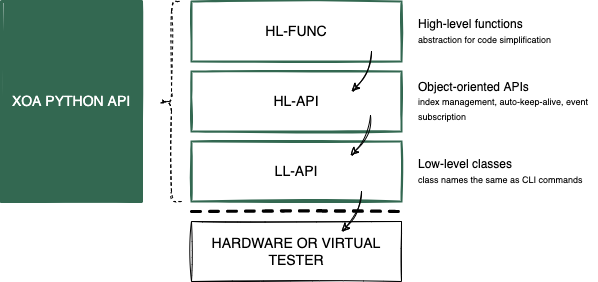
The draw.io diagram docs/source/_static/api_structure.png in xenanetworks/tdl-xoa-driver, before a commit. Source tidied: cells renumbered, new cells last; positions are measured from the earlier drawing's top-left corner, leaving out a move shared by most shapes. Source of this version:
```xml
<mxGraphModel>
  <root>
    <mxCell id="0" />
    <mxCell id="1" parent="0" />
    <mxCell id="2" value="LL-API" style="rounded=0;whiteSpace=wrap;html=1;fontSize=14;sketch=1;strokeColor=#336851;strokeWidth=2;" parent="1" vertex="1">
      <mxGeometry x="190" y="140" width="210" height="60" as="geometry" />
    </mxCell>
    <mxCell id="3" value="HL-API" style="rounded=0;whiteSpace=wrap;html=1;fontSize=14;sketch=1;strokeColor=#336851;strokeWidth=2;" parent="1" vertex="1">
      <mxGeometry x="190" y="70" width="210" height="60" as="geometry" />
    </mxCell>
    <mxCell id="4" value="HL-FUNC" style="rounded=0;whiteSpace=wrap;html=1;fontSize=14;sketch=1;strokeColor=#336851;strokeWidth=2;" parent="1" vertex="1">
      <mxGeometry x="190" width="210" height="60" as="geometry" />
    </mxCell>
    <mxCell id="5" value="Object-oriented APIs&lt;br&gt;&lt;font style=&quot;font-size: 9px&quot;&gt;index management, auto-keep-alive, event subscription&lt;/font&gt;" style="text;html=1;strokeColor=none;fillColor=none;align=left;verticalAlign=middle;whiteSpace=wrap;rounded=0;" parent="1" vertex="1">
      <mxGeometry x="415" y="78.8" width="180" height="42.5" as="geometry" />
    </mxCell>
    <mxCell id="6" value="Low-level classes&lt;br&gt;&lt;font style=&quot;font-size: 9px&quot;&gt;class names the same as CLI commands&lt;/font&gt;" style="text;html=1;strokeColor=none;fillColor=none;align=left;verticalAlign=middle;whiteSpace=wrap;rounded=0;" parent="1" vertex="1">
      <mxGeometry x="415" y="155" width="180" height="30" as="geometry" />
    </mxCell>
    <mxCell id="7" value="High-level functions&lt;br&gt;&lt;font style=&quot;font-size: 9px&quot;&gt;abstraction for code simplification&lt;/font&gt;" style="text;html=1;strokeColor=none;fillColor=none;align=left;verticalAlign=middle;whiteSpace=wrap;rounded=0;" parent="1" vertex="1">
      <mxGeometry x="415" y="8.8" width="180" height="42.5" as="geometry" />
    </mxCell>
    <mxCell id="8" value="HARDWARE OR VIRTUAL TESTER" style="rounded=0;whiteSpace=wrap;html=1;sketch=1;fontSize=14;" parent="1" vertex="1">
      <mxGeometry x="190" y="220" width="210" height="60" as="geometry" />
    </mxCell>
    <mxCell id="9" style="curved=1;endArrow=classic;html=1;rounded=0;sketch=1;elbow=vertical;fontSize=14;" parent="1" edge="1">
      <mxGeometry relative="1" as="geometry">
        <mxPoint x="370" y="50" as="sourcePoint" />
        <mxPoint x="350" y="90" as="targetPoint" />
        <Array as="points">
          <mxPoint x="370" y="70" />
        </Array>
      </mxGeometry>
    </mxCell>
    <mxCell id="10" style="curved=1;endArrow=classic;html=1;rounded=0;sketch=1;elbow=vertical;fontSize=14;" parent="1" edge="1">
      <mxGeometry relative="1" as="geometry">
        <mxPoint x="369" y="114" as="sourcePoint" />
        <mxPoint x="349" y="154" as="targetPoint" />
        <Array as="points">
          <mxPoint x="369" y="134" />
        </Array>
      </mxGeometry>
    </mxCell>
    <mxCell id="11" style="curved=1;endArrow=classic;html=1;rounded=0;sketch=1;elbow=vertical;fontSize=14;" parent="1" edge="1">
      <mxGeometry relative="1" as="geometry">
        <mxPoint x="360" y="190" as="sourcePoint" />
        <mxPoint x="340" y="230" as="targetPoint" />
        <Array as="points">
          <mxPoint x="360" y="210" />
        </Array>
      </mxGeometry>
    </mxCell>
    <mxCell id="12" style="endArrow=none;html=1;rounded=0;fontSize=7;sketch=1;dashed=1;strokeWidth=3;" parent="1" edge="1">
      <mxGeometry relative="1" as="geometry">
        <mxPoint x="190" y="210" as="sourcePoint" />
        <mxPoint x="400" y="210" as="targetPoint" />
      </mxGeometry>
    </mxCell>
    <mxCell id="13" style="shape=curlyBracket;whiteSpace=wrap;html=1;rounded=1;flipH=1;dashed=1;strokeColor=default;sketch=1;rotation=-180;" parent="1" vertex="1">
      <mxGeometry x="160" width="20" height="200" as="geometry" />
    </mxCell>
    <mxCell id="14" value="XOA PYTHON API" style="rounded=0;whiteSpace=wrap;html=1;sketch=1;strokeWidth=3;strokeColor=#336851;fontSize=14;fillColor=#336851;fillStyle=solid;fontColor=#FFFFFF;" parent="1" vertex="1">
      <mxGeometry width="140" height="200" as="geometry" />
    </mxCell>
  </root>
</mxGraphModel>
```
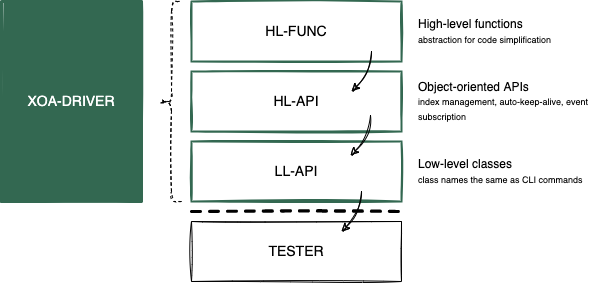
The same diagram one commit later.

Diff of the diagram source:
```diff
@@ -20,7 +20,7 @@
     <mxCell id="7" value="High-level functions&lt;br&gt;&lt;font style=&quot;font-size: 9px&quot;&gt;abstraction for code simplification&lt;/font&gt;" style="text;html=1;strokeColor=none;fillColor=none;align=left;verticalAlign=middle;whiteSpace=wrap;rounded=0;" parent="1" vertex="1">
       <mxGeometry x="415" y="8.8" width="180" height="42.5" as="geometry" />
     </mxCell>
-    <mxCell id="8" value="HARDWARE OR VIRTUAL TESTER" style="rounded=0;whiteSpace=wrap;html=1;sketch=1;fontSize=14;" parent="1" vertex="1">
+    <mxCell id="8" value="TESTER" style="rounded=0;whiteSpace=wrap;html=1;sketch=1;fontSize=14;" parent="1" vertex="1">
       <mxGeometry x="190" y="220" width="210" height="60" as="geometry" />
     </mxCell>
     <mxCell id="9" style="curved=1;endArrow=classic;html=1;rounded=0;sketch=1;elbow=vertical;fontSize=14;" parent="1" edge="1">
@@ -59,7 +59,7 @@
     <mxCell id="13" style="shape=curlyBracket;whiteSpace=wrap;html=1;rounded=1;flipH=1;dashed=1;strokeColor=default;sketch=1;rotation=-180;" parent="1" vertex="1">
       <mxGeometry x="160" width="20" height="200" as="geometry" />
     </mxCell>
-    <mxCell id="14" value="XOA PYTHON API" style="rounded=0;whiteSpace=wrap;html=1;sketch=1;strokeWidth=3;strokeColor=#336851;fontSize=14;fillColor=#336851;fillStyle=solid;fontColor=#FFFFFF;" parent="1" vertex="1">
+    <mxCell id="14" value="XOA-DRIVER" style="rounded=0;whiteSpace=wrap;html=1;sketch=1;strokeWidth=3;strokeColor=#336851;fontSize=14;fillColor=#336851;fillStyle=solid;fontColor=#FFFFFF;" parent="1" vertex="1">
       <mxGeometry width="140" height="200" as="geometry" />
     </mxCell>
   </root>
```
